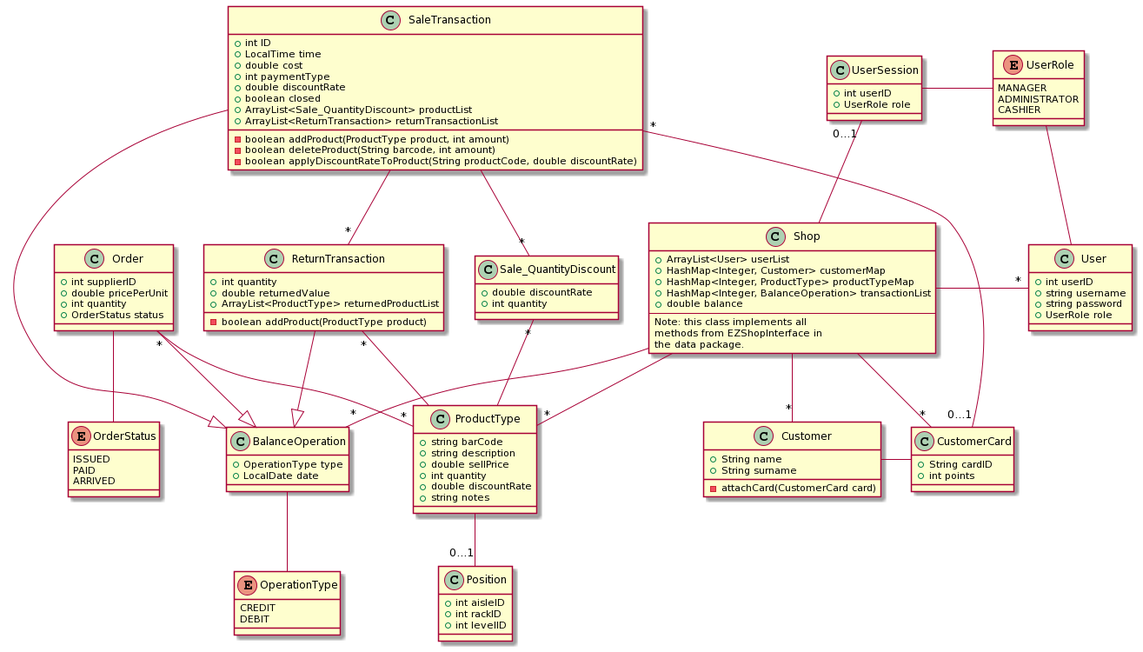
The PlantUML diagram Deliverables/Diagrams/Design/classDiagram.png in giuliadascenzi/ezshop_SEproject, before a commit.
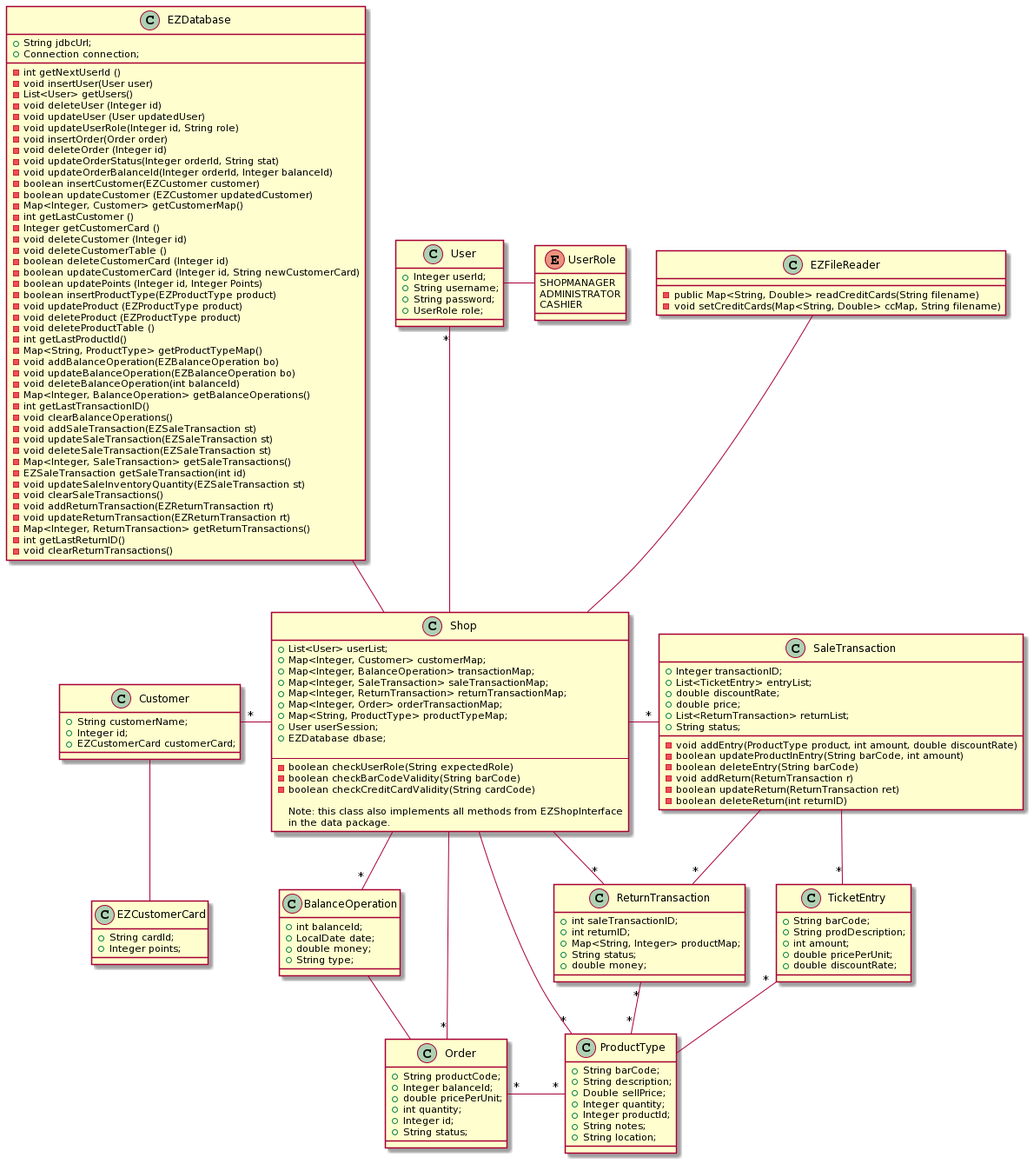
After the change.

The edit, as a diff of the source:
```diff
@@ -1,115 +1,172 @@
 @startuml
 class Shop {
-+ ArrayList<User> userList
-+ HashMap<Integer, Customer> customerMap
-+ HashMap<Integer, ProductType> productTypeMap
-+ HashMap<Integer, BalanceOperation> transactionList
-+ double balance
---
-Note: this class implements all
-methods from EZShopInterface in
-the data package.
+   + List<User> userList;
+   + Map<Integer, Customer> customerMap;
+   + Map<Integer, BalanceOperation> transactionMap;
+   + Map<Integer, SaleTransaction> saleTransactionMap;
+   + Map<Integer, ReturnTransaction> returnTransactionMap;
+   + Map<Integer, Order> orderTransactionMap;
+   + Map<String, ProductType> productTypeMap;
+   + User userSession;
+   + EZDatabase dbase;
+
+ --
+  - boolean checkUserRole(String expectedRole)
+   - boolean checkBarCodeValidity(String barCode)
+   - boolean checkCreditCardValidity(String cardCode)
+
+Note: this class also implements all methods from EZShopInterface
+in the data package.
 }
 
 class User {
-+ int userID
-+ string username
-+ string password
-+ UserRole role
+    + Integer userId;
+    + String username;
+    + String password;
+    + UserRole role;
 }
-class UserSession {
-+ int userID
-+ UserRole role
-}
+
 class BalanceOperation {
-+ OperationType type
-+ LocalDate date
+    + int balanceId;
+    + LocalDate date;
+    + double money;
+    + String type;
 }
 class SaleTransaction {
-+ int ID
-+ LocalTime time
-+ double cost
-+ int paymentType
-+ double discountRate
-+ boolean closed
-+ ArrayList<Sale_QuantityDiscount> productList
-+ ArrayList<ReturnTransaction> returnTransactionList
-- boolean addProduct(ProductType product, int amount)
-- boolean deleteProduct(String barcode, int amount)
-- boolean applyDiscountRateToProduct(String productCode, double discountRate)
+   + Integer transactionID;
+   + List<TicketEntry> entryList;
+   + double discountRate;
+   + double price;
+   + List<ReturnTransaction> returnList;
+   + String status;
+
+  - void addEntry(ProductType product, int amount, double discountRate)
+  - boolean updateProductInEntry(String barCode, int amount)
+  - boolean deleteEntry(String barCode)
+  - void addReturn(ReturnTransaction r)
+  - boolean updateReturn(ReturnTransaction ret)
+  - boolean deleteReturn(int returnID)
 }
-class Sale_QuantityDiscount {
-+ double discountRate
-+ int quantity
+class TicketEntry {
+   + String barCode;
+   + String prodDescription;
+   + int amount;
+   + double pricePerUnit;
+   + double discountRate;
 }
 class Order {
-+ int supplierID
-+ double pricePerUnit
-+ int quantity
-+ OrderStatus status
+    + String productCode;
+    + Integer balanceId;
+    + double pricePerUnit;
+    + int quantity;
+    + Integer id;
+    + String status;
 }
 class ReturnTransaction {
-+ int quantity
-+ double returnedValue
-+ ArrayList<ProductType> returnedProductList
-- boolean addProduct(ProductType product)
+    + int saleTransactionID;
+    + int returnID;
+    + Map<String, Integer> productMap;
+    + String status;
+    + double money;
 }
 class ProductType {
-+ string barCode
-+ string description
-+ double sellPrice
-+ int quantity
-+ double discountRate
-+ string notes
+    + String barCode;
+    + String description;
+    + Double sellPrice;
+    + Integer quantity;
+    + Integer productId;
+    + String notes;
+    + String location;
 }
-class Position {
-+ int aisleID
-+ int rackID
-+ int levelID
+
+class Customer {
+   + String customerName;
+   + Integer id;
+   + EZCustomerCard customerCard;
 }
-class Customer {
-+ String name
-+ String surname
-- attachCard(CustomerCard card)
+class EZCustomerCard {
+    + String cardId;
+    + Integer points;
 }
-class CustomerCard {
-+ String cardID
-+ int points
+
+class EZDatabase {
+    + String jdbcUrl;
+    + Connection connection;
+
+    - int getNextUserId ()
+    - void insertUser(User user)
+    - List<User> getUsers()
+    - void deleteUser (Integer id)
+    - void updateUser (User updatedUser)
+    - void updateUserRole(Integer id, String role)
+    - void insertOrder(Order order)
+    - void deleteOrder (Integer id)
+    - void updateOrderStatus(Integer orderId, String stat)
+    - void updateOrderBalanceId(Integer orderId, Integer balanceId)
+    - boolean insertCustomer(EZCustomer customer)
+    - boolean updateCustomer (EZCustomer updatedCustomer)
+    - Map<Integer, Customer> getCustomerMap()
+    - int getLastCustomer ()
+    - Integer getCustomerCard ()
+    - void deleteCustomer (Integer id)
+    - void deleteCustomerTable ()
+    - boolean deleteCustomerCard (Integer id)
+    - boolean updateCustomerCard (Integer id, String newCustomerCard)
+    - boolean updatePoints (Integer id, Integer Points)
+    - boolean insertProductType(EZProductType product)
+    - void updateProduct (EZProductType product)
+    - void deleteProduct (EZProductType product)
+    - void deleteProductTable ()
+    - int getLastProductId()
+    - Map<String, ProductType> getProductTypeMap()
+    - void addBalanceOperation(EZBalanceOperation bo)
+    - void updateBalanceOperation(EZBalanceOperation bo)
+    - void deleteBalanceOperation(int balanceId)
+    - Map<Integer, BalanceOperation> getBalanceOperations()
+    - int getLastTransactionID()
+    - void clearBalanceOperations()
+    - void addSaleTransaction(EZSaleTransaction st)
+    - void updateSaleTransaction(EZSaleTransaction st)
+    - void deleteSaleTransaction(EZSaleTransaction st)
+    -  Map<Integer, SaleTransaction> getSaleTransactions()
+    - EZSaleTransaction getSaleTransaction(int id)
+    - void updateSaleInventoryQuantity(EZSaleTransaction st)
+    - void clearSaleTransactions()
+    - void addReturnTransaction(EZReturnTransaction rt)
+    -  void updateReturnTransaction(EZReturnTransaction rt)
+    - Map<Integer, ReturnTransaction> getReturnTransactions()
+    -  int getLastReturnID()
+    - void clearReturnTransactions()
+
 }
-enum OrderStatus {
-    ISSUED
-    PAID
-    ARRIVED
-}
-enum OperationType {
-    CREDIT
-    DEBIT
+
+class EZFileReader{
+  - public Map<String, Double> readCreditCards(String filename)
+  - void setCreditCards(Map<String, Double> ccMap, String filename)
+
 }
 enum UserRole {
-  MANAGER
+  SHOPMANAGER
   ADMINISTRATOR
   CASHIER
 }
 
-Shop -up-"0...1" UserSession
-Shop -right-"*" User
-User -up- UserRole
-UserSession -right- UserRole
+Shop -up- EZFileReader
+Shop -up-"*" User
+Shop -up- EZDatabase
+User -right- UserRole
 Shop -down-"*" BalanceOperation
+Shop -right-"*" SaleTransaction
+Shop -right-"*" ReturnTransaction
+Shop -right-"*" Order
 Shop -down-"*" ProductType
-SaleTransaction --|> BalanceOperation
-Order --|> BalanceOperation
-ReturnTransaction --|> BalanceOperation
-BalanceOperation -down- OperationType
-ProductType --"0...1" Position
-Order "*"--"*" ProductType
-Order -- OrderStatus
-SaleTransaction --"*" Sale_QuantityDiscount
-Sale_QuantityDiscount "*"-- ProductType
-SaleTransaction "*"--"0...1" CustomerCard
+
+Order "*"-right-"*" ProductType
+Order -up-BalanceOperation
+SaleTransaction --"*" TicketEntry
+TicketEntry "*"-- ProductType
 SaleTransaction --"*" ReturnTransaction
-ReturnTransaction "*"-- ProductType
-Shop -down-"*" Customer
-Shop -down-"*" CustomerCard
-Customer -right- CustomerCard
+ReturnTransaction "*"--"*" ProductType
+Shop -left-"*" Customer
+Customer -down- EZCustomerCard
 @enduml
```
